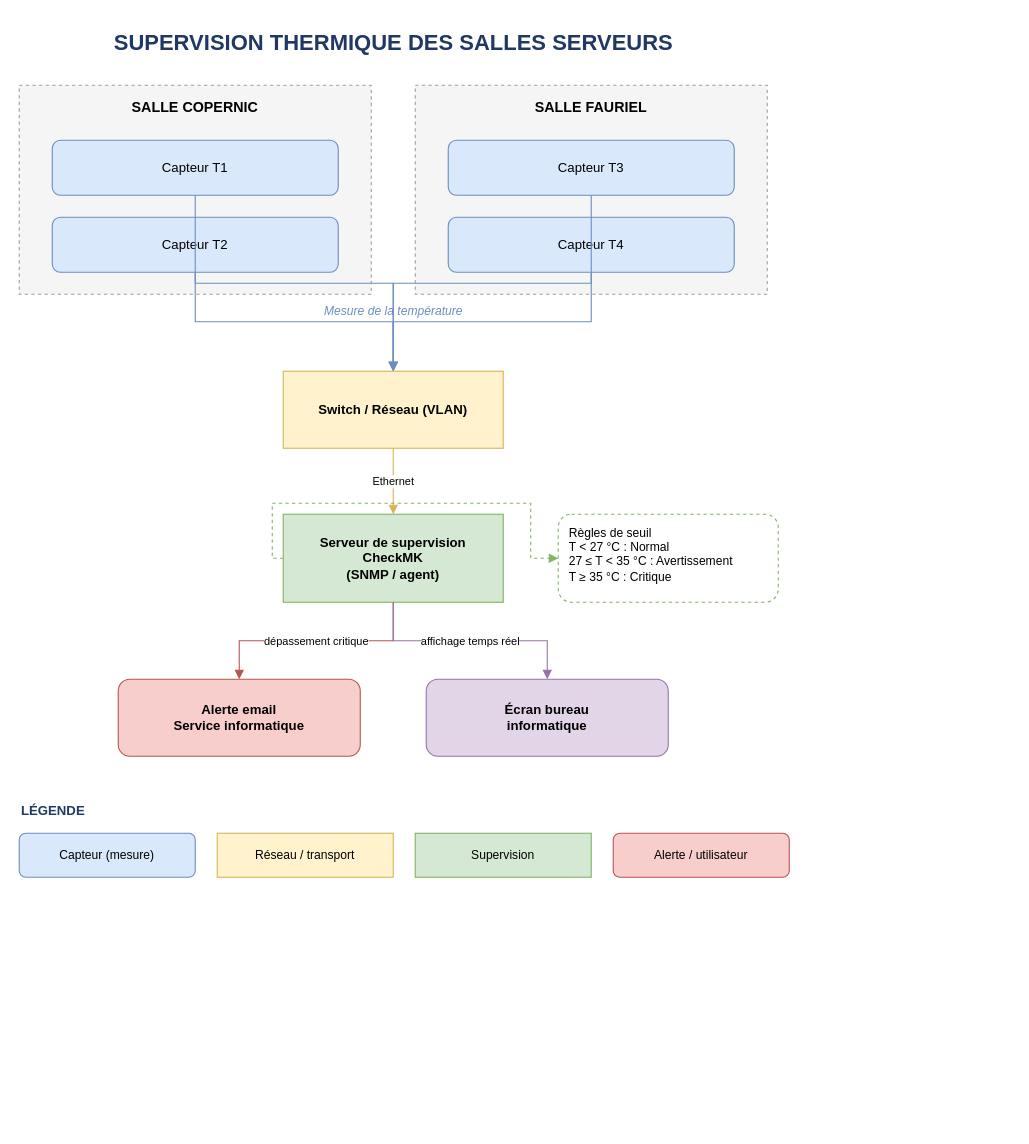
Earlier version of the draw.io diagram Synoptique.drawio (Traivox/supervision-thermique-bts). Source tidied: cells renumbered, new cells numbered last; positions are measured from the earlier drawing's top-left corner, leaving out a move shared by most shapes. Both pictures are drawn from the tidied source at 110%, with x=0, y=0 at pixel (19, 19).
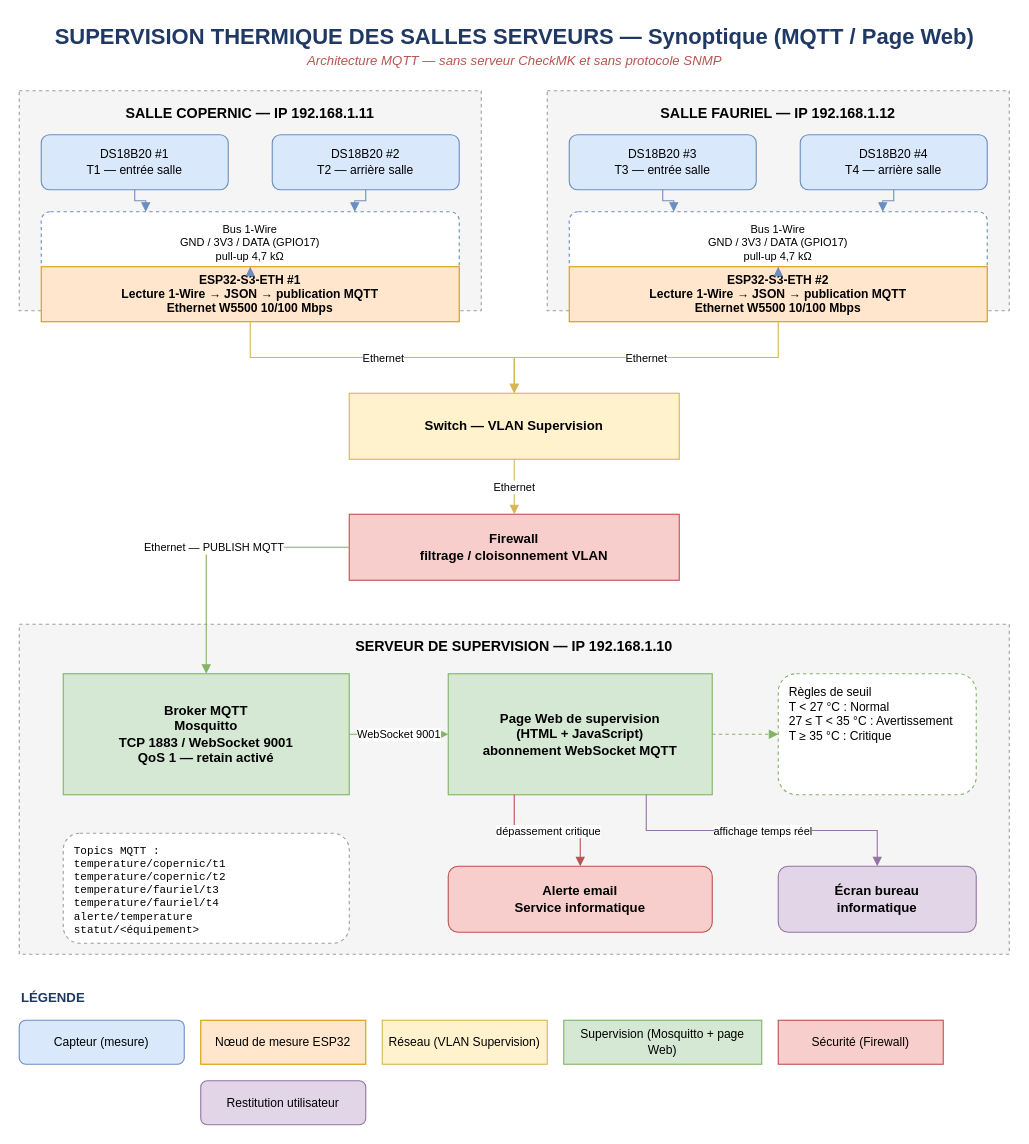
The same page after the edit.

Commit message (it also covers changes not shown here):
Remplace CheckMK/SNMP par une supervision Web via MQTT

Diff of the diagram source:
```diff
@@
-    <mxCell id="2" value="SUPERVISION THERMIQUE DES SALLES SERVEURS" style="text;html=1;align=center;verticalAlign=middle;fontSize=20;fontStyle=1;fontColor=#1F3864;" parent="1" vertex="1">
-      <mxGeometry width="680" height="40" as="geometry" />
+    <mxCell id="2" value="SUPERVISION THERMIQUE DES SALLES SERVEURS — Synoptique (MQTT / Page Web)" style="text;html=1;align=center;verticalAlign=middle;fontSize=20;fontStyle=1;fontColor=#1F3864;" parent="1" vertex="1">
+      <mxGeometry width="900" height="30" as="geometry" />
     </mxCell>
+    <mxCell id="28" value="Architecture MQTT — sans serveur CheckMK et sans protocole SNMP" style="text;html=1;align=center;verticalAlign=middle;fontSize=12;fontStyle=2;fontColor=#B85450;" parent="1" vertex="1">
+      <mxGeometry y="28" width="900" height="20" as="geometry" />
+    </mxCell>
-    <mxCell id="3" value="SALLE COPERNIC" style="rounded=0;whiteSpace=wrap;html=1;fillColor=#F5F5F5;strokeColor=#9E9E9E;dashed=1;verticalAlign=top;fontSize=13;fontStyle=1;spacingTop=6;" parent="1" vertex="1">
-      <mxGeometry y="60" width="320" height="190" as="geometry" />
+    <mxCell id="3" value="SALLE COPERNIC — IP 192.168.1.11" style="rounded=0;whiteSpace=wrap;html=1;fillColor=#F5F5F5;strokeColor=#9E9E9E;dashed=1;verticalAlign=top;fontSize=13;fontStyle=1;spacingTop=6;" parent="1" vertex="1">
+      <mxGeometry y="65" width="420" height="200" as="geometry" />
     </mxCell>
-    <mxCell id="4" value="SALLE FAURIEL" style="rounded=0;whiteSpace=wrap;html=1;fillColor=#F5F5F5;strokeColor=#9E9E9E;dashed=1;verticalAlign=top;fontSize=13;fontStyle=1;spacingTop=6;" parent="1" vertex="1">
-      <mxGeometry x="360" y="60" width="320" height="190" as="geometry" />
+    <mxCell id="4" value="SALLE FAURIEL — IP 192.168.1.12" style="rounded=0;whiteSpace=wrap;html=1;fillColor=#F5F5F5;strokeColor=#9E9E9E;dashed=1;verticalAlign=top;fontSize=13;fontStyle=1;spacingTop=6;" parent="1" vertex="1">
+      <mxGeometry x="480" y="65" width="420" height="200" as="geometry" />
     </mxCell>
-    <mxCell id="5" value="Capteur T1" style="rounded=1;whiteSpace=wrap;html=1;fillColor=#DAE8FC;strokeColor=#6C8EBF;fontSize=12;" parent="1" vertex="1">
-      <mxGeometry x="30" y="110" width="260" height="50" as="geometry" />
-    </mxCell>
-    <mxCell id="6" value="Capteur T2" style="rounded=1;whiteSpace=wrap;html=1;fillColor=#DAE8FC;strokeColor=#6C8EBF;fontSize=12;" parent="1" vertex="1">
-      <mxGeometry x="30" y="180" width="260" height="50" as="geometry" />
-    </mxCell>
-    <mxCell id="7" value="Capteur T3" style="rounded=1;whiteSpace=wrap;html=1;fillColor=#DAE8FC;strokeColor=#6C8EBF;fontSize=12;" parent="1" vertex="1">
-      <mxGeometry x="390" y="110" width="260" height="50" as="geometry" />
-    </mxCell>
-    <mxCell id="8" value="Capteur T4" style="rounded=1;whiteSpace=wrap;html=1;fillColor=#DAE8FC;strokeColor=#6C8EBF;fontSize=12;" parent="1" vertex="1">
-      <mxGeometry x="390" y="180" width="260" height="50" as="geometry" />
-    </mxCell>
-    <mxCell id="9" value="Mesure de la température" style="text;html=1;align=center;verticalAlign=middle;fontSize=11;fontStyle=2;fontColor=#6C8EBF;" parent="1" vertex="1">
-      <mxGeometry y="255" width="680" height="20" as="geometry" />
-    </mxCell>
-    <mxCell id="10" value="Switch / Réseau (VLAN)" style="rounded=0;whiteSpace=wrap;html=1;fillColor=#FFF2CC;strokeColor=#D6B656;fontSize=12;fontStyle=1;" parent="1" vertex="1">
-      <mxGeometry x="240" y="320" width="200" height="70" as="geometry" />
-    </mxCell>
-    <mxCell id="11" value="Serveur de supervision&#10;CheckMK&#10;(SNMP / agent)" style="rounded=0;whiteSpace=wrap;html=1;fillColor=#D5E8D4;strokeColor=#82B366;fontSize=12;fontStyle=1;" parent="1" vertex="1">
-      <mxGeometry x="240" y="450" width="200" height="80" as="geometry" />
-    </mxCell>
+    <mxCell id="29" value="DS18B20 #1&#10;T1 — entrée salle" style="rounded=1;whiteSpace=wrap;html=1;fillColor=#DAE8FC;strokeColor=#6C8EBF;fontSize=11;" parent="1" vertex="1">
+      <mxGeometry x="20" y="105" width="170" height="50" as="geometry" />
+    </mxCell>
+    <mxCell id="30" value="DS18B20 #2&#10;T2 — arrière salle" style="rounded=1;whiteSpace=wrap;html=1;fillColor=#DAE8FC;strokeColor=#6C8EBF;fontSize=11;" parent="1" vertex="1">
+      <mxGeometry x="230" y="105" width="170" height="50" as="geometry" />
+    </mxCell>
+    <mxCell id="31" value="Bus 1-Wire&#10;GND / 3V3 / DATA (GPIO17)&#10;pull-up 4,7 kΩ" style="rounded=1;whiteSpace=wrap;html=1;fillColor=#FFFFFF;strokeColor=#6C8EBF;dashed=1;fontSize=10;" parent="1" vertex="1">
+      <mxGeometry x="20" y="175" width="380" height="55" as="geometry" />
+    </mxCell>
+    <mxCell id="32" value="ESP32-S3-ETH #1&#10;Lecture 1-Wire → JSON → publication MQTT&#10;Ethernet W5500 10/100 Mbps" style="rounded=0;whiteSpace=wrap;html=1;fillColor=#FFE6CC;strokeColor=#D79B00;fontSize=11;fontStyle=1;" parent="1" vertex="1">
+      <mxGeometry x="20" y="225" width="380" height="50" as="geometry" />
+    </mxCell>
+    <mxCell id="33" value="DS18B20 #3&#10;T3 — entrée salle" style="rounded=1;whiteSpace=wrap;html=1;fillColor=#DAE8FC;strokeColor=#6C8EBF;fontSize=11;" parent="1" vertex="1">
+      <mxGeometry x="500" y="105" width="170" height="50" as="geometry" />
+    </mxCell>
+    <mxCell id="34" value="DS18B20 #4&#10;T4 — arrière salle" style="rounded=1;whiteSpace=wrap;html=1;fillColor=#DAE8FC;strokeColor=#6C8EBF;fontSize=11;" parent="1" vertex="1">
+      <mxGeometry x="710" y="105" width="170" height="50" as="geometry" />
+    </mxCell>
+    <mxCell id="35" value="Bus 1-Wire&#10;GND / 3V3 / DATA (GPIO17)&#10;pull-up 4,7 kΩ" style="rounded=1;whiteSpace=wrap;html=1;fillColor=#FFFFFF;strokeColor=#6C8EBF;dashed=1;fontSize=10;" parent="1" vertex="1">
+      <mxGeometry x="500" y="175" width="380" height="55" as="geometry" />
+    </mxCell>
+    <mxCell id="36" value="ESP32-S3-ETH #2&#10;Lecture 1-Wire → JSON → publication MQTT&#10;Ethernet W5500 10/100 Mbps" style="rounded=0;whiteSpace=wrap;html=1;fillColor=#FFE6CC;strokeColor=#D79B00;fontSize=11;fontStyle=1;" parent="1" vertex="1">
+      <mxGeometry x="500" y="225" width="380" height="50" as="geometry" />
+    </mxCell>
+    <mxCell id="37" style="edgeStyle=orthogonalEdgeStyle;rounded=0;html=1;endArrow=block;endFill=1;strokeColor=#6C8EBF;exitX=0.5;exitY=1;exitDx=0;exitDy=0;entryX=0.25;entryY=0;entryDx=0;entryDy=0;" parent="1" edge="1" source="29" target="31">
+      <mxGeometry relative="1" as="geometry" />
+    </mxCell>
+    <mxCell id="38" style="edgeStyle=orthogonalEdgeStyle;rounded=0;html=1;endArrow=block;endFill=1;strokeColor=#6C8EBF;exitX=0.5;exitY=1;exitDx=0;exitDy=0;entryX=0.75;entryY=0;entryDx=0;entryDy=0;" parent="1" edge="1" source="30" target="31">
+      <mxGeometry relative="1" as="geometry" />
+    </mxCell>
+    <mxCell id="39" style="edgeStyle=orthogonalEdgeStyle;rounded=0;html=1;endArrow=block;endFill=1;strokeColor=#6C8EBF;exitX=0.5;exitY=1;exitDx=0;exitDy=0;entryX=0.5;entryY=0;entryDx=0;entryDy=0;" parent="1" edge="1" source="31" target="32">
+      <mxGeometry relative="1" as="geometry" />
+    </mxCell>
+    <mxCell id="40" style="edgeStyle=orthogonalEdgeStyle;rounded=0;html=1;endArrow=block;endFill=1;strokeColor=#6C8EBF;exitX=0.5;exitY=1;exitDx=0;exitDy=0;entryX=0.25;entryY=0;entryDx=0;entryDy=0;" parent="1" edge="1" source="33" target="35">
+      <mxGeometry relative="1" as="geometry" />
+    </mxCell>
+    <mxCell id="41" style="edgeStyle=orthogonalEdgeStyle;rounded=0;html=1;endArrow=block;endFill=1;strokeColor=#6C8EBF;exitX=0.5;exitY=1;exitDx=0;exitDy=0;entryX=0.75;entryY=0;entryDx=0;entryDy=0;" parent="1" edge="1" source="34" target="35">
+      <mxGeometry relative="1" as="geometry" />
+    </mxCell>
+    <mxCell id="42" style="edgeStyle=orthogonalEdgeStyle;rounded=0;html=1;endArrow=block;endFill=1;strokeColor=#6C8EBF;exitX=0.5;exitY=1;exitDx=0;exitDy=0;entryX=0.5;entryY=0;entryDx=0;entryDy=0;" parent="1" edge="1" source="35" target="36">
+      <mxGeometry relative="1" as="geometry" />
+    </mxCell>
+    <mxCell id="43" value="Switch — VLAN Supervision" style="rounded=0;whiteSpace=wrap;html=1;fillColor=#FFF2CC;strokeColor=#D6B656;fontSize=12;fontStyle=1;" parent="1" vertex="1">
+      <mxGeometry x="300" y="340" width="300" height="60" as="geometry" />
+    </mxCell>
+    <mxCell id="44" value="Ethernet" style="edgeStyle=orthogonalEdgeStyle;rounded=0;html=1;endArrow=block;endFill=1;strokeColor=#D6B656;fontSize=10;exitX=0.5;exitY=1;exitDx=0;exitDy=0;" parent="1" edge="1" source="32" target="43">
+      <mxGeometry relative="1" as="geometry" />
+    </mxCell>
+    <mxCell id="45" value="Ethernet" style="edgeStyle=orthogonalEdgeStyle;rounded=0;html=1;endArrow=block;endFill=1;strokeColor=#D6B656;fontSize=10;exitX=0.5;exitY=1;exitDx=0;exitDy=0;" parent="1" edge="1" source="36" target="43">
+      <mxGeometry relative="1" as="geometry" />
+    </mxCell>
+    <mxCell id="46" value="Firewall&#10;filtrage / cloisonnement VLAN" style="rounded=0;whiteSpace=wrap;html=1;fillColor=#F8CECC;strokeColor=#B85450;fontSize=12;fontStyle=1;" parent="1" vertex="1">
+      <mxGeometry x="300" y="450" width="300" height="60" as="geometry" />
+    </mxCell>
+    <mxCell id="19" value="Ethernet" style="edgeStyle=orthogonalEdgeStyle;rounded=0;html=1;endArrow=block;endFill=1;strokeColor=#D6B656;fontSize=10;" parent="1" edge="1" source="43" target="46">
+      <mxGeometry relative="1" as="geometry" />
+    </mxCell>
+    <mxCell id="47" value="SERVEUR DE SUPERVISION — IP 192.168.1.10" style="rounded=0;whiteSpace=wrap;html=1;fillColor=#F5F5F5;strokeColor=#9E9E9E;dashed=1;verticalAlign=top;fontSize=13;fontStyle=1;spacingTop=6;" parent="1" vertex="1">
+      <mxGeometry y="550" width="900" height="300" as="geometry" />
+    </mxCell>
+    <mxCell id="48" value="Broker MQTT&#10;Mosquitto&#10;TCP 1883 / WebSocket 9001&#10;QoS 1 — retain activé" style="rounded=0;whiteSpace=wrap;html=1;fillColor=#D5E8D4;strokeColor=#82B366;fontSize=12;fontStyle=1;" parent="1" vertex="1">
+      <mxGeometry x="40" y="595" width="260" height="110" as="geometry" />
+    </mxCell>
+    <mxCell id="49" value="Page Web de supervision&#10;(HTML + JavaScript)&#10;abonnement WebSocket MQTT" style="rounded=0;whiteSpace=wrap;html=1;fillColor=#D5E8D4;strokeColor=#82B366;fontSize=12;fontStyle=1;" parent="1" vertex="1">
+      <mxGeometry x="390" y="595" width="240" height="110" as="geometry" />
+    </mxCell>
     <mxCell id="12" value="Règles de seuil&#10;T &lt; 27 °C : Normal&#10;27 ≤ T &lt; 35 °C : Avertissement&#10;T ≥ 35 °C : Critique" style="rounded=1;whiteSpace=wrap;html=1;fillColor=#FFFFFF;strokeColor=#82B366;dashed=1;fontSize=11;align=left;spacingLeft=8;verticalAlign=top;spacingTop=4;" parent="1" vertex="1">
-      <mxGeometry x="490" y="450" width="200" height="80" as="geometry" />
+      <mxGeometry x="690" y="595" width="180" height="110" as="geometry" />
     </mxCell>
+    <mxCell id="50" value="Topics MQTT :&#10;temperature/copernic/t1&#10;temperature/copernic/t2&#10;temperature/fauriel/t3&#10;temperature/fauriel/t4&#10;alerte/temperature&#10;statut/&lt;équipement&gt;" style="rounded=1;whiteSpace=wrap;html=1;fillColor=#FFFFFF;strokeColor=#9E9E9E;dashed=1;fontSize=10;align=left;spacingLeft=8;verticalAlign=top;spacingTop=4;fontFamily=Courier New;" parent="1" vertex="1">
+      <mxGeometry x="40" y="740" width="260" height="100" as="geometry" />
+    </mxCell>
     <mxCell id="13" value="Alerte email&#10;Service informatique" style="rounded=1;whiteSpace=wrap;html=1;fillColor=#F8CECC;strokeColor=#B85450;fontSize=12;fontStyle=1;" parent="1" vertex="1">
-      <mxGeometry x="90" y="600" width="220" height="70" as="geometry" />
+      <mxGeometry x="390" y="770" width="240" height="60" as="geometry" />
     </mxCell>
     <mxCell id="14" value="Écran bureau&#10;informatique" style="rounded=1;whiteSpace=wrap;html=1;fillColor=#E1D5E7;strokeColor=#9673A6;fontSize=12;fontStyle=1;" parent="1" vertex="1">
-      <mxGeometry x="370" y="600" width="220" height="70" as="geometry" />
+      <mxGeometry x="690" y="770" width="180" height="60" as="geometry" />
     </mxCell>
-    <mxCell id="15" style="edgeStyle=orthogonalEdgeStyle;rounded=0;html=1;endArrow=block;endFill=1;strokeColor=#6C8EBF;" parent="1" edge="1" source="5" target="10">
-      <mxGeometry relative="1" as="geometry" />
-    </mxCell>
-    <mxCell id="16" style="edgeStyle=orthogonalEdgeStyle;rounded=0;html=1;endArrow=block;endFill=1;strokeColor=#6C8EBF;" parent="1" edge="1" source="6" target="10">
-      <mxGeometry relative="1" as="geometry" />
-    </mxCell>
-    <mxCell id="17" style="edgeStyle=orthogonalEdgeStyle;rounded=0;html=1;endArrow=block;endFill=1;strokeColor=#6C8EBF;" parent="1" edge="1" source="7" target="10">
-      <mxGeometry relative="1" as="geometry" />
-    </mxCell>
-    <mxCell id="18" style="edgeStyle=orthogonalEdgeStyle;rounded=0;html=1;endArrow=block;endFill=1;strokeColor=#6C8EBF;" parent="1" edge="1" source="8" target="10">
-      <mxGeometry relative="1" as="geometry" />
-    </mxCell>
-    <mxCell id="19" value="Ethernet" style="edgeStyle=orthogonalEdgeStyle;rounded=0;html=1;endArrow=block;endFill=1;strokeColor=#D6B656;fontSize=10;" parent="1" edge="1" source="10" target="11">
-      <mxGeometry relative="1" as="geometry" />
-    </mxCell>
+    <mxCell id="51" value="Ethernet — PUBLISH MQTT" style="edgeStyle=orthogonalEdgeStyle;rounded=0;html=1;endArrow=block;endFill=1;strokeColor=#82B366;fontSize=10;exitX=0;exitY=0.5;exitDx=0;exitDy=0;" parent="1" edge="1" source="46" target="48">
+      <mxGeometry relative="1" as="geometry" />
+    </mxCell>
+    <mxCell id="52" value="WebSocket 9001" style="edgeStyle=orthogonalEdgeStyle;rounded=0;html=1;endArrow=block;endFill=1;strokeColor=#82B366;fontSize=10;" parent="1" edge="1" source="48" target="49">
+      <mxGeometry relative="1" as="geometry" />
+    </mxCell>
+    <mxCell id="53" style="edgeStyle=orthogonalEdgeStyle;rounded=0;html=1;endArrow=block;endFill=1;strokeColor=#82B366;dashed=1;exitX=1;exitY=0.5;exitDx=0;exitDy=0;" parent="1" edge="1" source="49" target="12">
+      <mxGeometry relative="1" as="geometry" />
+    </mxCell>
-    <mxCell id="20" value="dépassement critique" style="edgeStyle=orthogonalEdgeStyle;rounded=0;html=1;endArrow=block;endFill=1;strokeColor=#B85450;fontSize=10;" parent="1" edge="1" source="11" target="13">
+    <mxCell id="20" value="dépassement critique" style="edgeStyle=orthogonalEdgeStyle;rounded=0;html=1;endArrow=block;endFill=1;strokeColor=#B85450;fontSize=10;exitX=0.25;exitY=1;exitDx=0;exitDy=0;" parent="1" edge="1" source="49" target="13">
       <mxGeometry relative="1" as="geometry" />
     </mxCell>
-    <mxCell id="21" value="affichage temps réel" style="edgeStyle=orthogonalEdgeStyle;rounded=0;html=1;endArrow=block;endFill=1;strokeColor=#9673A6;fontSize=10;" parent="1" edge="1" source="11" target="14">
+    <mxCell id="21" value="affichage temps réel" style="edgeStyle=orthogonalEdgeStyle;rounded=0;html=1;endArrow=block;endFill=1;strokeColor=#9673A6;fontSize=10;exitX=0.75;exitY=1;exitDx=0;exitDy=0;" parent="1" edge="1" source="49" target="14">
       <mxGeometry relative="1" as="geometry" />
     </mxCell>
-    <mxCell id="22" style="edgeStyle=orthogonalEdgeStyle;rounded=0;html=1;endArrow=block;endFill=1;strokeColor=#82B366;dashed=1;exitX=0;exitY=0.5;" parent="1" edge="1" source="11" target="12">
-      <mxGeometry relative="1" as="geometry" />
-    </mxCell>
     <mxCell id="23" value="LÉGENDE" style="text;html=1;align=left;verticalAlign=middle;fontSize=12;fontStyle=1;fontColor=#1F3864;" parent="1" vertex="1">
-      <mxGeometry y="710" width="200" height="20" as="geometry" />
+      <mxGeometry y="880" width="200" height="20" as="geometry" />
     </mxCell>
     <mxCell id="24" value="Capteur (mesure)" style="rounded=1;whiteSpace=wrap;html=1;fillColor=#DAE8FC;strokeColor=#6C8EBF;fontSize=11;" parent="1" vertex="1">
-      <mxGeometry y="740" width="160" height="40" as="geometry" />
+      <mxGeometry y="910" width="150" height="40" as="geometry" />
     </mxCell>
-    <mxCell id="25" value="Réseau / transport" style="rounded=0;whiteSpace=wrap;html=1;fillColor=#FFF2CC;strokeColor=#D6B656;fontSize=11;" parent="1" vertex="1">
-      <mxGeometry x="180" y="740" width="160" height="40" as="geometry" />
+    <mxCell id="25" value="Nœud de mesure ESP32" style="rounded=0;whiteSpace=wrap;html=1;fillColor=#FFE6CC;strokeColor=#D79B00;fontSize=11;" parent="1" vertex="1">
+      <mxGeometry x="165" y="910" width="150" height="40" as="geometry" />
     </mxCell>
-    <mxCell id="26" value="Supervision" style="rounded=0;whiteSpace=wrap;html=1;fillColor=#D5E8D4;strokeColor=#82B366;fontSize=11;" parent="1" vertex="1">
-      <mxGeometry x="360" y="740" width="160" height="40" as="geometry" />
+    <mxCell id="26" value="Réseau (VLAN Supervision)" style="rounded=0;whiteSpace=wrap;html=1;fillColor=#FFF2CC;strokeColor=#D6B656;fontSize=11;" parent="1" vertex="1">
+      <mxGeometry x="330" y="910" width="150" height="40" as="geometry" />
     </mxCell>
-    <mxCell id="27" value="Alerte / utilisateur" style="rounded=1;whiteSpace=wrap;html=1;fillColor=#F8CECC;strokeColor=#B85450;fontSize=11;" parent="1" vertex="1">
-      <mxGeometry x="540" y="740" width="160" height="40" as="geometry" />
+    <mxCell id="27" value="Supervision (Mosquitto + page Web)" style="rounded=0;whiteSpace=wrap;html=1;fillColor=#D5E8D4;strokeColor=#82B366;fontSize=11;" parent="1" vertex="1">
+      <mxGeometry x="495" y="910" width="180" height="40" as="geometry" />
     </mxCell>
+    <mxCell id="54" value="Sécurité (Firewall)" style="rounded=0;whiteSpace=wrap;html=1;fillColor=#F8CECC;strokeColor=#B85450;fontSize=11;" parent="1" vertex="1">
+      <mxGeometry x="690" y="910" width="150" height="40" as="geometry" />
+    </mxCell>
+    <mxCell id="55" value="Restitution utilisateur" style="rounded=1;whiteSpace=wrap;html=1;fillColor=#E1D5E7;strokeColor=#9673A6;fontSize=11;" parent="1" vertex="1">
+      <mxGeometry x="165" y="965" width="150" height="40" as="geometry" />
+    </mxCell>
```
